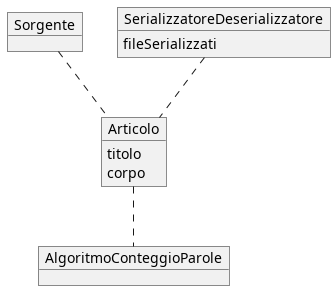
The PlantUML diagram src/site/resources/images/domain.png in GruppoPuntoPunto/Progetto_IdS, before a commit. The source it was exported from:
```plantuml
@startuml

object Sorgente

object Articolo {
    titolo
    corpo
}

object SerializzatoreDeserializzatore {
    fileSerializzati
}

object AlgoritmoConteggioParole

Sorgente .. Articolo
SerializzatoreDeserializzatore .. Articolo
Articolo .. AlgoritmoConteggioParole

@enduml
```
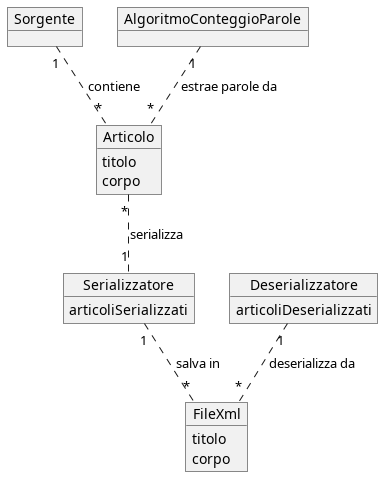
The same diagram one commit later.

Diff of the diagram source:
```diff
@@ -7,14 +7,25 @@
     corpo
 }
 
-object SerializzatoreDeserializzatore {
-    fileSerializzati
+object Serializzatore {
+    articoliSerializzati
+}
+
+object Deserializzatore {
+    articoliDeserializzati
 }
 
 object AlgoritmoConteggioParole
 
-Sorgente .. Articolo
-SerializzatoreDeserializzatore .. Articolo
-Articolo .. AlgoritmoConteggioParole
+object FileXml {
+    titolo
+    corpo
+}
+
+Sorgente "1" .. "*" Articolo : contiene
+AlgoritmoConteggioParole "1" .. "*" Articolo  : estrae parole da
+Articolo "*" .. "1" Serializzatore : serializza
+Serializzatore "1" .. "*" FileXml : salva in
+Deserializzatore "1" .. "*" FileXml : deserializza da
 
 @enduml
```
